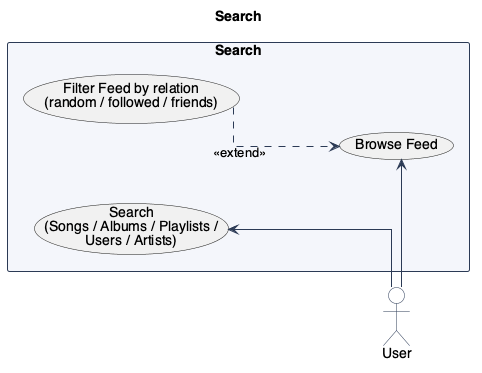
Earlier version of the PlantUML export text/diagrams/UseCasesSearch.png (ddrddrr/musikk). Its diagram source:
```plantuml
@startuml UseCasesSearch

!include ../../_style.puml
left to right direction

title Search

actor User as user

package "Search" {
  usecase "Search\n(Songs / Albums / Playlists /\nUsers / Artists)" as UC_SEARCH
  usecase "Browse Feed" as UC_BROWSE
  usecase "Filter Feed by relation\n(random / followed / friends)" as UC_FILTER
}

user --> UC_SEARCH
user -left-> UC_BROWSE

UC_FILTER ..> UC_BROWSE : <<extend>>

@enduml
```
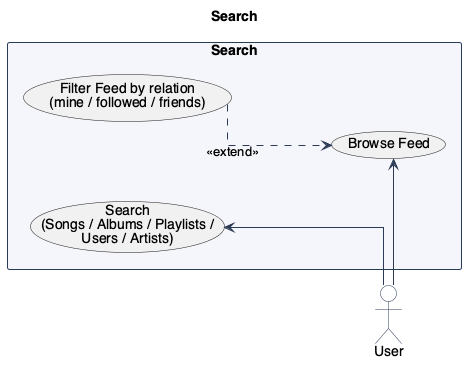
Later version of the same file.

Change to the diagram source:
```diff
@@ -10,7 +10,7 @@
 package "Search" {
   usecase "Search\n(Songs / Albums / Playlists /\nUsers / Artists)" as UC_SEARCH
   usecase "Browse Feed" as UC_BROWSE
-  usecase "Filter Feed by relation\n(random / followed / friends)" as UC_FILTER
+  usecase "Filter Feed by relation\n(mine / followed / friends)" as UC_FILTER
 }
 
 user --> UC_SEARCH
```
